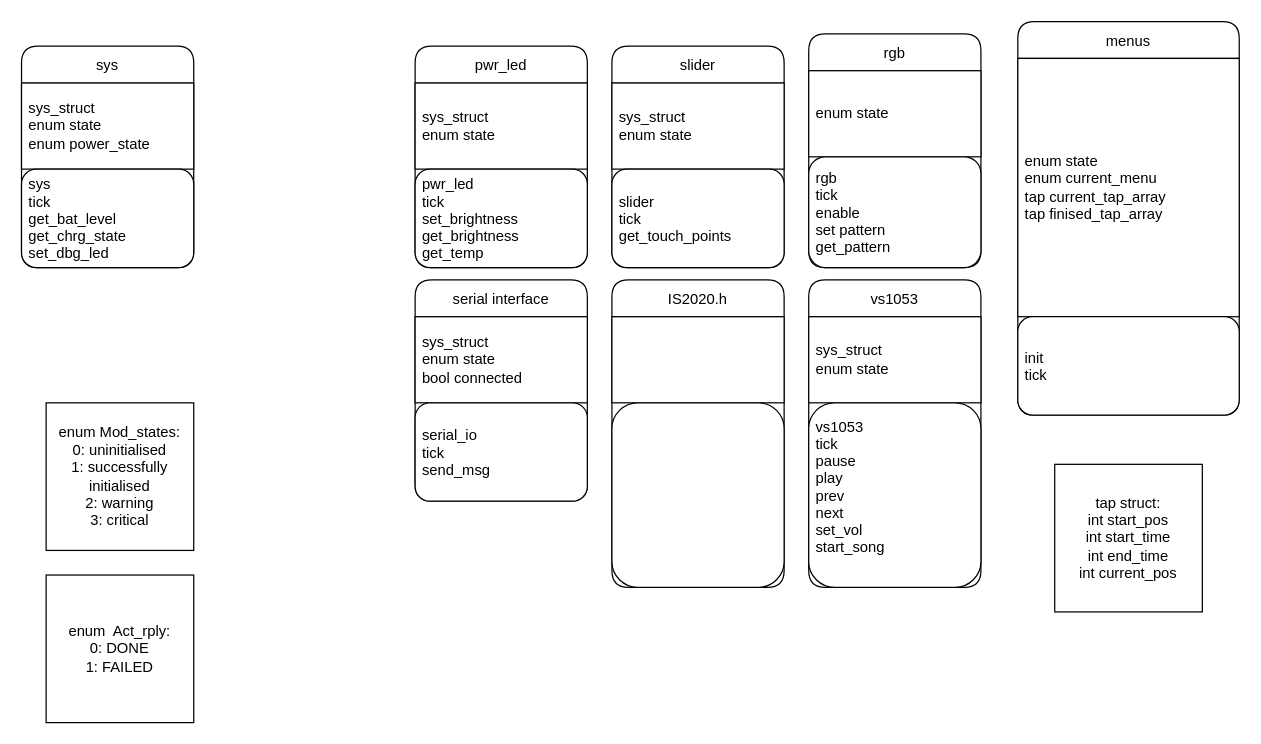
Before: V2/code/M0 firmware/program layout.drawio in Scaniox/Glassphones, a draw.io diagram. Source tidied: cells renumbered, new cells numbered last; positions are measured from the earlier drawing's top-left corner, leaving out a move shared by most shapes. Both pictures are drawn from the tidied source at 123%, with x=0, y=0 at pixel (21, 21).
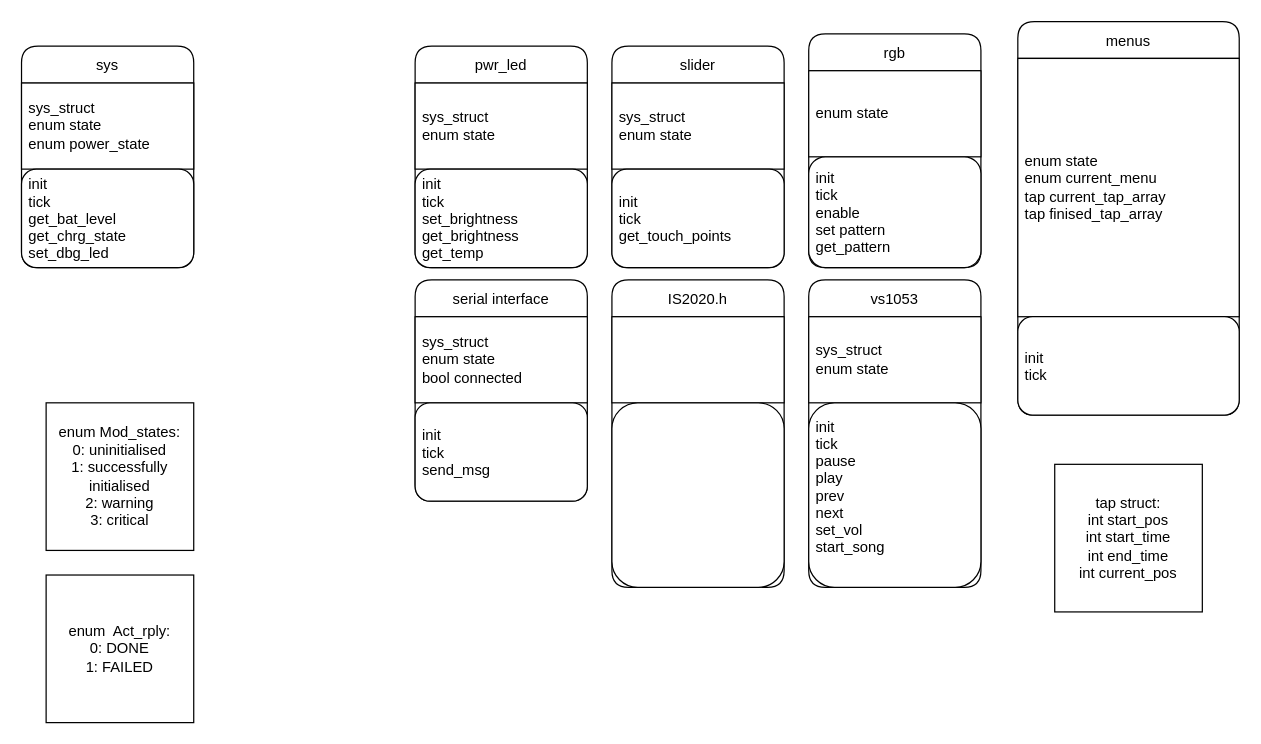
The same page after the edit.

Unchanged cells that the change refers to:
```xml
<mxCell id="6" value="sys" style="swimlane;fontStyle=0;horizontal=1;startSize=30;rounded=1;swimlaneFillColor=default;" parent="1" vertex="1">
  <mxGeometry y="20" width="140" height="180" as="geometry" />
</mxCell>
<mxCell id="9" value="pwr_led" style="swimlane;fontStyle=0;horizontal=1;startSize=30;rounded=1;swimlaneFillColor=default;" parent="1" vertex="1">
  <mxGeometry x="320" y="20" width="140" height="180" as="geometry" />
</mxCell>
<mxCell id="12" value="vs1053" style="swimlane;fontStyle=0;horizontal=1;startSize=30;rounded=1;swimlaneFillColor=default;" parent="1" vertex="1">
  <mxGeometry x="640" y="210" width="140" height="250" as="geometry" />
</mxCell>
<mxCell id="15" value="rgb" style="swimlane;fontStyle=0;horizontal=1;startSize=30;rounded=1;swimlaneFillColor=default;" parent="1" vertex="1">
  <mxGeometry x="640" y="10" width="140" height="190" as="geometry" />
</mxCell>
<mxCell id="21" value="slider" style="swimlane;fontStyle=0;horizontal=1;startSize=30;rounded=1;swimlaneFillColor=default;" parent="1" vertex="1">
  <mxGeometry x="480" y="20" width="140" height="180" as="geometry" />
</mxCell>
<mxCell id="24" value="serial interface" style="swimlane;fontStyle=0;horizontal=1;startSize=30;rounded=1;swimlaneFillColor=default;" parent="1" vertex="1">
  <mxGeometry x="320" y="210" width="140" height="180" as="geometry" />
</mxCell>
```

The edit, as a diff of the source:
```diff
@@
-    <mxCell id="8" value="sys&#10;tick&#10;get_bat_level&#10;get_chrg_state&#10;set_dbg_led" style="text;strokeColor=default;fillColor=default;align=left;verticalAlign=middle;spacingLeft=4;spacingRight=4;overflow=hidden;rounded=1;shadow=0;" parent="6" vertex="1">
+    <mxCell id="8" value="init&#10;tick&#10;get_bat_level&#10;get_chrg_state&#10;set_dbg_led" style="text;strokeColor=default;fillColor=default;align=left;verticalAlign=middle;spacingLeft=4;spacingRight=4;overflow=hidden;rounded=1;shadow=0;" parent="6" vertex="1">
       <mxGeometry y="100" width="140" height="80" as="geometry" />
     </mxCell>
@@
-    <mxCell id="11" value="pwr_led&#10;tick&#10;set_brightness&#10;get_brightness&#10;get_temp" style="text;strokeColor=default;fillColor=default;align=left;verticalAlign=middle;spacingLeft=4;spacingRight=4;overflow=hidden;rounded=1;shadow=0;" parent="9" vertex="1">
+    <mxCell id="11" value="init&#10;tick&#10;set_brightness&#10;get_brightness&#10;get_temp" style="text;strokeColor=default;fillColor=default;align=left;verticalAlign=middle;spacingLeft=4;spacingRight=4;overflow=hidden;rounded=1;shadow=0;" parent="9" vertex="1">
       <mxGeometry y="100" width="140" height="80" as="geometry" />
     </mxCell>
@@
-    <mxCell id="14" value="vs1053&#10;tick&#10;pause &#10;play&#10;prev&#10;next&#10;set_vol&#10;start_song&#10;" style="text;strokeColor=default;fillColor=default;align=left;verticalAlign=middle;spacingLeft=4;spacingRight=4;overflow=hidden;rounded=1;shadow=0;" parent="12" vertex="1">
+    <mxCell id="14" value="init&#10;tick&#10;pause &#10;play&#10;prev&#10;next&#10;set_vol&#10;start_song&#10;" style="text;strokeColor=default;fillColor=default;align=left;verticalAlign=middle;spacingLeft=4;spacingRight=4;overflow=hidden;rounded=1;shadow=0;" parent="12" vertex="1">
       <mxGeometry y="100" width="140" height="150" as="geometry" />
     </mxCell>
@@
-    <mxCell id="17" value="rgb&#10;tick&#10;enable&#10;set pattern&#10;get_pattern" style="text;strokeColor=default;fillColor=default;align=left;verticalAlign=middle;spacingLeft=4;spacingRight=4;overflow=hidden;rounded=1;shadow=0;" parent="15" vertex="1">
+    <mxCell id="17" value="init&#10;tick&#10;enable&#10;set pattern&#10;get_pattern" style="text;strokeColor=default;fillColor=default;align=left;verticalAlign=middle;spacingLeft=4;spacingRight=4;overflow=hidden;rounded=1;shadow=0;" parent="15" vertex="1">
       <mxGeometry y="100" width="140" height="90" as="geometry" />
     </mxCell>
@@
-    <mxCell id="23" value="slider&#10;tick&#10;get_touch_points" style="text;strokeColor=default;fillColor=default;align=left;verticalAlign=middle;spacingLeft=4;spacingRight=4;overflow=hidden;rounded=1;shadow=0;" parent="21" vertex="1">
+    <mxCell id="23" value="init&#10;tick&#10;get_touch_points" style="text;strokeColor=default;fillColor=default;align=left;verticalAlign=middle;spacingLeft=4;spacingRight=4;overflow=hidden;rounded=1;shadow=0;" parent="21" vertex="1">
       <mxGeometry y="100" width="140" height="80" as="geometry" />
     </mxCell>
@@
-    <mxCell id="26" value="serial_io&#10;tick&#10;send_msg" style="text;strokeColor=default;fillColor=default;align=left;verticalAlign=middle;spacingLeft=4;spacingRight=4;overflow=hidden;rounded=1;shadow=0;" parent="24" vertex="1">
+    <mxCell id="26" value="init&#10;tick&#10;send_msg" style="text;strokeColor=default;fillColor=default;align=left;verticalAlign=middle;spacingLeft=4;spacingRight=4;overflow=hidden;rounded=1;shadow=0;" parent="24" vertex="1">
       <mxGeometry y="100" width="140" height="80" as="geometry" />
     </mxCell>
```
